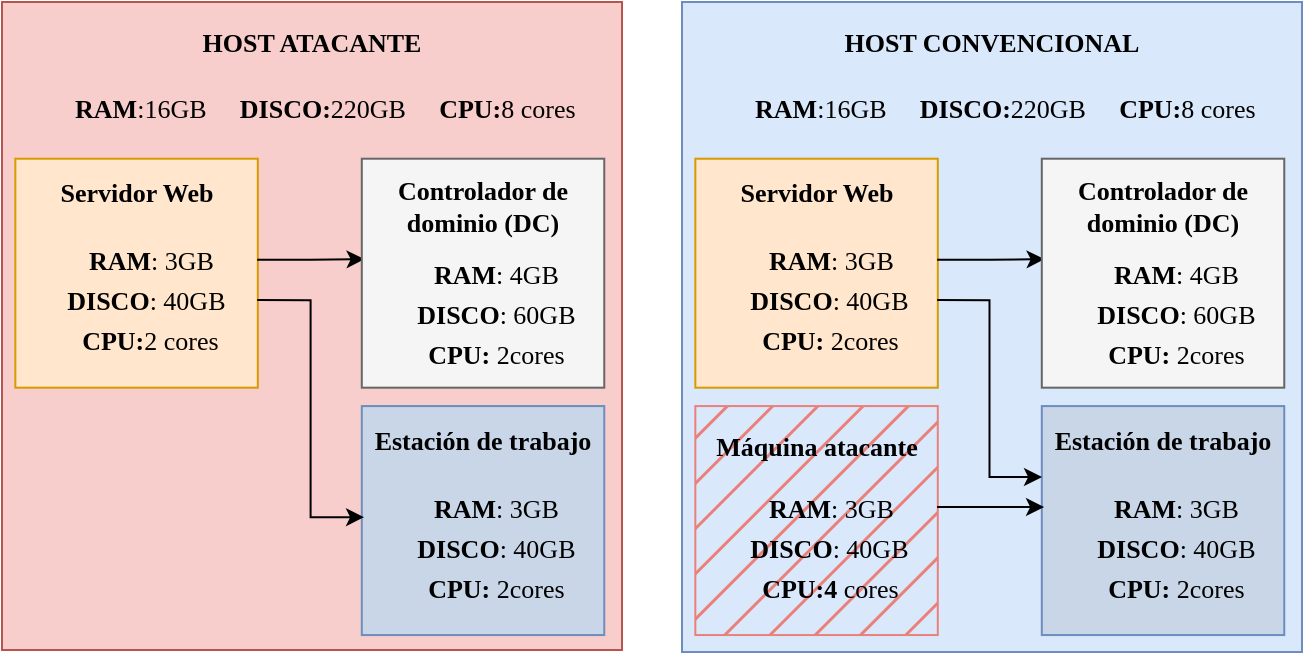
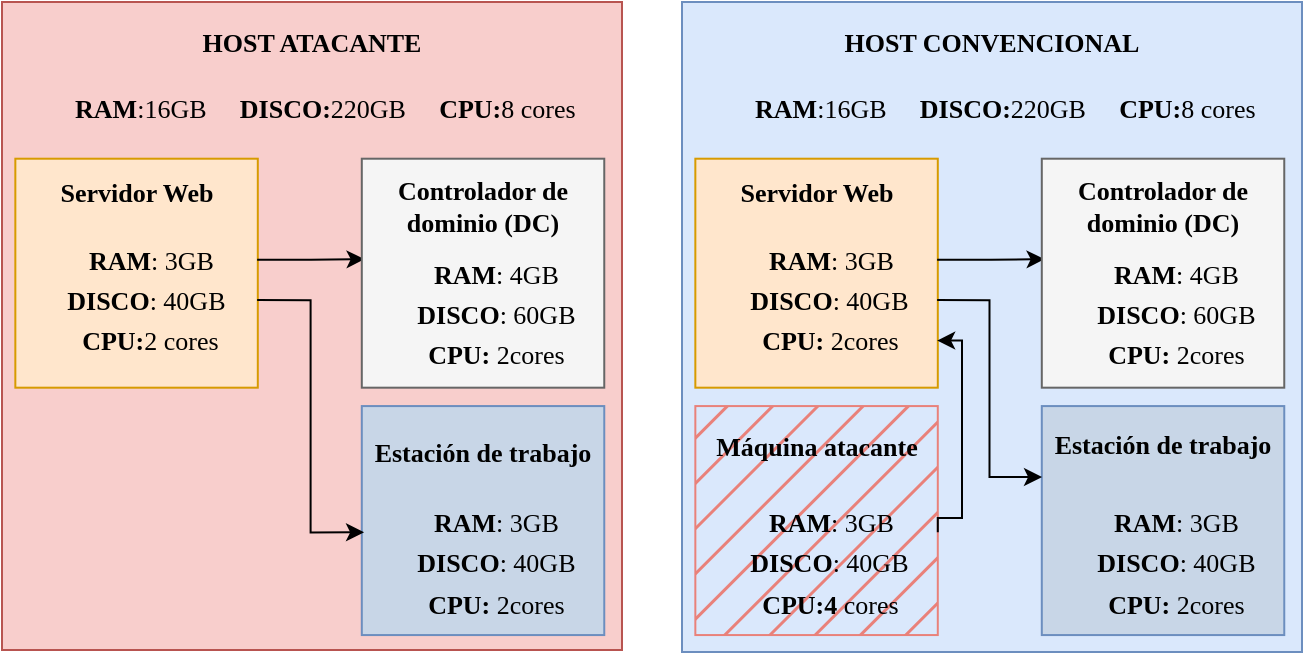
<mxfile host="Electron" agent="Mozilla/5.0 (Windows NT 10.0; Win64; x64) AppleWebKit/537.36 (KHTML, like Gecko) draw.io/29.3.0 Chrome/140.0.7339.249 Electron/38.7.2 Safari/537.36" version="29.3.0">
  <diagram name="Página-1" id="HltEjZsqsQtdWDRedgj1">
-     <mxGraphModel dx="831" dy="868" grid="1" gridSize="10" guides="1" tooltips="1" connect="1" arrows="1" fold="1" page="1" pageScale="1" pageWidth="827" pageHeight="1169" math="0" shadow="0">
+     <mxGraphModel dx="1208" dy="1269" grid="1" gridSize="10" guides="1" tooltips="1" connect="1" arrows="1" fold="1" page="1" pageScale="1" pageWidth="827" pageHeight="1169" math="0" shadow="0">
      <root>
        <mxCell id="0" />
        <mxCell id="1" parent="0" />
        <mxCell id="4BY2cvLneUNH0_UlRHt3-1" parent="1" style="rounded=0;whiteSpace=wrap;html=1;fillColor=#f8cecc;strokeColor=#b85450;fontFamily=Hack Nerd Font;fontSize=13;" value="" vertex="1">
          <mxGeometry height="324" width="310" x="20" y="20" as="geometry" />
        </mxCell>
        <mxCell id="4BY2cvLneUNH0_UlRHt3-2" parent="1" style="text;html=1;whiteSpace=wrap;strokeColor=none;fillColor=none;align=center;verticalAlign=middle;rounded=0;fontFamily=Hack Nerd Font;fontSize=13;" value="&lt;b&gt;&lt;font&gt;HOST ATACANTE&lt;/font&gt;&lt;/b&gt;" vertex="1">
          <mxGeometry height="33.67" width="310" x="20" y="22.69" as="geometry" />
        </mxCell>
        <mxCell id="4BY2cvLneUNH0_UlRHt3-6" parent="1" style="rounded=0;whiteSpace=wrap;html=1;fillColor=#C8D6E7;strokeColor=#6c8ebf;fontFamily=Hack Nerd Font;fontSize=13;" value="" vertex="1">
          <mxGeometry height="114.48979591836734" width="121.22780487804877" x="199.89987804878044" y="222.0408163265306" as="geometry" />
        </mxCell>
        <mxCell id="4BY2cvLneUNH0_UlRHt3-17" parent="1" style="text;html=1;whiteSpace=wrap;strokeColor=none;fillColor=none;align=center;verticalAlign=middle;rounded=0;fontSize=13;fontFamily=Hack Nerd Font;" value="&lt;b&gt;&amp;nbsp;&lt;/b&gt;&lt;b&gt;RAM&lt;/b&gt;: 3GB" vertex="1">
-           <mxGeometry height="20.2" width="118.97" x="201.03" y="262.45" as="geometry" />
+           <mxGeometry height="20.2" width="118.97" x="201.03" y="270" as="geometry" />
        </mxCell>
        <mxCell id="4BY2cvLneUNH0_UlRHt3-18" parent="1" style="text;html=1;whiteSpace=wrap;strokeColor=none;fillColor=none;align=center;verticalAlign=middle;rounded=0;fontSize=13;fontFamily=Hack Nerd Font;" value="&lt;b&gt;&amp;nbsp;&lt;/b&gt;&lt;b&gt;DISCO&lt;/b&gt;: 40GB" vertex="1">
-           <mxGeometry height="20.2" width="121.03" x="200" y="282.65" as="geometry" />
+           <mxGeometry height="20.2" width="121.03" x="200" y="290.2" as="geometry" />
        </mxCell>
        <mxCell id="4BY2cvLneUNH0_UlRHt3-19" parent="1" style="text;html=1;whiteSpace=wrap;strokeColor=none;fillColor=none;align=center;verticalAlign=middle;rounded=0;fontSize=13;fontFamily=Hack Nerd Font;" value="&lt;b&gt;&lt;font&gt;󰍛&amp;nbsp;&lt;/font&gt;&lt;/b&gt;&lt;b&gt;CPU:&lt;/b&gt;&amp;nbsp;2cores" vertex="1">
-           <mxGeometry height="20.2" width="118.97" x="201.03" y="302.86" as="geometry" />
+           <mxGeometry height="20.2" width="118.97" x="201.03" y="310.41" as="geometry" />
        </mxCell>
        <mxCell id="4BY2cvLneUNH0_UlRHt3-26" parent="1" style="text;html=1;whiteSpace=wrap;strokeColor=none;fillColor=none;align=center;verticalAlign=middle;rounded=0;fontFamily=Hack Nerd Font;fontSize=13;" value="&lt;font&gt;&lt;b&gt;Estación de trabajo&lt;/b&gt;&lt;/font&gt;" vertex="1">
-           <mxGeometry height="33.6734693877551" width="121.22780487804877" x="199.89987804878044" y="222.0408163265306" as="geometry" />
+           <mxGeometry height="37.96" width="121.23" x="199.9" y="226.04" as="geometry" />
        </mxCell>
        <mxCell id="4BY2cvLneUNH0_UlRHt3-33" parent="1" style="text;whiteSpace=wrap;html=1;align=center;fontSize=13;" value="&lt;b style=&quot;font-family: &amp;quot;Hack Nerd Font&amp;quot;;&quot;&gt; RAM&lt;/b&gt;&lt;span style=&quot;font-family: &amp;quot;Hack Nerd Font&amp;quot;;&quot;&gt;:16GB&lt;/span&gt;&lt;span&gt;&lt;span style=&quot;color: rgb(0, 0, 0); font-family: &amp;quot;Hack Nerd Font&amp;quot;; font-style: normal; font-variant-ligatures: normal; font-variant-caps: normal; font-weight: 400; letter-spacing: normal; orphans: 2; text-indent: 0px; text-transform: none; widows: 2; word-spacing: 0px; -webkit-text-stroke-width: 0px; white-space: normal; text-decoration-thickness: initial; text-decoration-style: initial; text-decoration-color: initial; float: none; display: inline !important;&quot;&gt;&amp;nbsp;&lt;/span&gt;&lt;b style=&quot;font-family: &amp;quot;Hack Nerd Font&amp;quot;;&quot;&gt;&amp;nbsp;&lt;/b&gt;&lt;b style=&quot;font-family: &amp;quot;Hack Nerd Font&amp;quot;;&quot;&gt;DISCO:&lt;/b&gt;&lt;span style=&quot;font-family: &amp;quot;Hack Nerd Font&amp;quot;;&quot;&gt;220GB&amp;nbsp;&lt;/span&gt;&lt;b style=&quot;font-family: &amp;quot;Hack Nerd Font&amp;quot;;&quot;&gt;&lt;font&gt;󰍛&amp;nbsp;&lt;/font&gt;&lt;/b&gt;&lt;b style=&quot;font-family: &amp;quot;Hack Nerd Font&amp;quot;;&quot;&gt;CPU:&lt;/b&gt;&lt;span style=&quot;font-family: &amp;quot;Hack Nerd Font&amp;quot;;&quot;&gt;8 cores&lt;/span&gt;&lt;/span&gt;" vertex="1">
          <mxGeometry height="26.94" width="310" x="20" y="58.67" as="geometry" />
        </mxCell>
        <mxCell id="DncXDaYH-NHJZItt79l5-1" connectable="0" parent="1" style="group" value="" vertex="1">
          <mxGeometry height="114.48979591836732" width="124.90012195121949" x="23" y="98.3516326530612" as="geometry" />
        </mxCell>
        <mxCell id="4BY2cvLneUNH0_UlRHt3-8" parent="DncXDaYH-NHJZItt79l5-1" style="rounded=0;whiteSpace=wrap;html=1;fillColor=#ffe6cc;strokeColor=#d79b00;fontFamily=Hack Nerd Font;fontSize=13;" value="" vertex="1">
          <mxGeometry height="114.48979591836734" width="121.22780487804877" x="3.6723170731707313" as="geometry" />
        </mxCell>
        <mxCell id="DncXDaYH-NHJZItt79l5-3" edge="1" parent="DncXDaYH-NHJZItt79l5-1" source="4BY2cvLneUNH0_UlRHt3-11" style="edgeStyle=orthogonalEdgeStyle;rounded=0;orthogonalLoop=1;jettySize=auto;html=1;">
          <mxGeometry relative="1" as="geometry">
            <mxPoint x="178.31578947368428" y="50.22731471535984" as="targetPoint" />
          </mxGeometry>
        </mxCell>
        <mxCell id="4BY2cvLneUNH0_UlRHt3-11" parent="DncXDaYH-NHJZItt79l5-1" style="text;html=1;whiteSpace=wrap;strokeColor=none;fillColor=none;align=center;verticalAlign=middle;rounded=0;fontSize=13;fontFamily=Hack Nerd Font;" value="&lt;b&gt; RAM&lt;/b&gt;: 3GB" vertex="1">
          <mxGeometry height="20.2" width="120" x="4.57" y="40.40836734693879" as="geometry" />
        </mxCell>
        <mxCell id="4BY2cvLneUNH0_UlRHt3-12" parent="DncXDaYH-NHJZItt79l5-1" style="text;html=1;whiteSpace=wrap;strokeColor=none;fillColor=none;align=center;verticalAlign=middle;rounded=0;fontSize=13;fontFamily=Hack Nerd Font;" value="&lt;b&gt; DISCO&lt;/b&gt;: 40GB" vertex="1">
          <mxGeometry height="20.2" width="124.57" y="60.60836734693879" as="geometry" />
        </mxCell>
        <mxCell id="4BY2cvLneUNH0_UlRHt3-13" parent="DncXDaYH-NHJZItt79l5-1" style="text;html=1;whiteSpace=wrap;strokeColor=none;fillColor=none;align=center;verticalAlign=middle;rounded=0;fontSize=13;fontFamily=Hack Nerd Font;" value="&lt;b&gt;&lt;font&gt;󰍛&amp;nbsp;&lt;/font&gt;CPU:&lt;/b&gt;2 cores" vertex="1">
          <mxGeometry height="20.2" width="121" x="3.5700000000000003" y="80.8183673469388" as="geometry" />
        </mxCell>
        <mxCell id="4BY2cvLneUNH0_UlRHt3-23" parent="DncXDaYH-NHJZItt79l5-1" style="text;html=1;whiteSpace=wrap;strokeColor=none;fillColor=none;align=center;verticalAlign=middle;rounded=0;fontFamily=Hack Nerd Font;fontSize=13;" value="&lt;font&gt;&lt;b&gt;Servidor Web&lt;/b&gt;&lt;/font&gt;" vertex="1">
          <mxGeometry height="33.6734693877551" width="121.22780487804877" x="3.6723170731707313" as="geometry" />
        </mxCell>
        <mxCell id="DncXDaYH-NHJZItt79l5-2" connectable="0" parent="1" style="group" value="" vertex="1">
          <mxGeometry height="114.48979591836732" width="121.22780487804877" x="199.89987804878044" y="98.3516326530612" as="geometry" />
        </mxCell>
        <mxCell id="4BY2cvLneUNH0_UlRHt3-9" parent="DncXDaYH-NHJZItt79l5-2" style="rounded=0;whiteSpace=wrap;html=1;fillColor=#f5f5f5;fontColor=#333333;strokeColor=#666666;fontFamily=Hack Nerd Font;fontSize=13;" value="" vertex="1">
          <mxGeometry height="114.48979591836734" width="121.22780487804877" as="geometry" />
        </mxCell>
        <mxCell id="4BY2cvLneUNH0_UlRHt3-14" parent="DncXDaYH-NHJZItt79l5-2" style="text;html=1;whiteSpace=wrap;strokeColor=none;fillColor=none;align=center;verticalAlign=middle;rounded=0;fontSize=13;fontFamily=Hack Nerd Font;" value="&lt;b&gt;&amp;nbsp;&lt;/b&gt;&lt;b&gt;RAM&lt;/b&gt;: 4GB" vertex="1">
          <mxGeometry height="20.2" width="118.97" x="1.1301219512195644" y="47.13836734693879" as="geometry" />
        </mxCell>
        <mxCell id="4BY2cvLneUNH0_UlRHt3-15" parent="DncXDaYH-NHJZItt79l5-2" style="text;html=1;whiteSpace=wrap;strokeColor=none;fillColor=none;align=center;verticalAlign=middle;rounded=0;fontSize=13;fontFamily=Hack Nerd Font;" value="&lt;b&gt;&amp;nbsp;&lt;/b&gt;&lt;b&gt;DISCO&lt;/b&gt;: 60GB" vertex="1">
          <mxGeometry height="20.2" width="121.03" x="0.10012195121956324" y="67.33836734693878" as="geometry" />
        </mxCell>
        <mxCell id="4BY2cvLneUNH0_UlRHt3-16" parent="DncXDaYH-NHJZItt79l5-2" style="text;html=1;whiteSpace=wrap;strokeColor=none;fillColor=none;align=center;verticalAlign=middle;rounded=0;fontSize=13;fontFamily=Hack Nerd Font;" value="&lt;b&gt;&lt;font&gt;󰍛&amp;nbsp;&lt;/font&gt;&lt;/b&gt;&lt;b&gt;CPU:&lt;/b&gt;&amp;nbsp;2cores" vertex="1">
          <mxGeometry height="20.2" width="118.97" x="1.1301219512195644" y="87.54836734693879" as="geometry" />
        </mxCell>
        <mxCell id="4BY2cvLneUNH0_UlRHt3-24" parent="DncXDaYH-NHJZItt79l5-2" style="text;html=1;whiteSpace=wrap;strokeColor=none;fillColor=none;align=center;verticalAlign=middle;rounded=0;fontFamily=Hack Nerd Font;fontSize=13;" value="&lt;font&gt;&lt;b&gt;Controlador de dominio&amp;nbsp;&lt;/b&gt;&lt;/font&gt;&lt;b style=&quot;background-color: transparent; color: light-dark(rgb(0, 0, 0), rgb(255, 255, 255));&quot;&gt;(DC)&lt;/b&gt;" vertex="1">
          <mxGeometry height="33.6734693877551" width="121.22780487804877" y="6.730000000000004" as="geometry" />
        </mxCell>
        <mxCell id="DncXDaYH-NHJZItt79l5-4" edge="1" parent="1" source="4BY2cvLneUNH0_UlRHt3-12" style="edgeStyle=orthogonalEdgeStyle;rounded=0;orthogonalLoop=1;jettySize=auto;html=1;exitX=1;exitY=0.5;exitDx=0;exitDy=0;entryX=0;entryY=0.75;entryDx=0;entryDy=0;" target="4BY2cvLneUNH0_UlRHt3-17">
          <mxGeometry relative="1" as="geometry" />
        </mxCell>
        <mxCell id="DncXDaYH-NHJZItt79l5-12" parent="1" style="rounded=0;whiteSpace=wrap;html=1;fillColor=#dae8fc;strokeColor=#6c8ebf;fontFamily=Hack Nerd Font;fontSize=13;" value="" vertex="1">
          <mxGeometry height="325" width="310" x="360" y="20" as="geometry" />
        </mxCell>
        <mxCell id="DncXDaYH-NHJZItt79l5-13" parent="1" style="text;html=1;whiteSpace=wrap;strokeColor=none;fillColor=none;align=center;verticalAlign=middle;rounded=0;fontFamily=Hack Nerd Font;fontSize=13;" value="&lt;b&gt;&lt;font&gt;HOST CONVENCIONAL&lt;/font&gt;&lt;/b&gt;" vertex="1">
          <mxGeometry height="33.67" width="310" x="360" y="22.69" as="geometry" />
        </mxCell>
        <mxCell id="DncXDaYH-NHJZItt79l5-14" parent="1" style="rounded=0;whiteSpace=wrap;html=1;fillColor=#C8D6E7;strokeColor=#6c8ebf;fontFamily=Hack Nerd Font;fontSize=13;" value="" vertex="1">
          <mxGeometry height="114.48979591836734" width="121.22780487804877" x="539.8998780487805" y="222.0408163265306" as="geometry" />
        </mxCell>
        <mxCell id="DncXDaYH-NHJZItt79l5-15" parent="1" style="text;html=1;whiteSpace=wrap;strokeColor=none;fillColor=none;align=center;verticalAlign=middle;rounded=0;fontSize=13;fontFamily=Hack Nerd Font;" value="&lt;b&gt;&amp;nbsp;&lt;/b&gt;&lt;b&gt;RAM&lt;/b&gt;: 3GB" vertex="1">
-           <mxGeometry height="20.2" width="118.97" x="541.03" y="262.45000000000005" as="geometry" />
+           <mxGeometry height="20.2" width="118.97" x="541.03" y="270.00000000000006" as="geometry" />
        </mxCell>
        <mxCell id="DncXDaYH-NHJZItt79l5-16" parent="1" style="text;html=1;whiteSpace=wrap;strokeColor=none;fillColor=none;align=center;verticalAlign=middle;rounded=0;fontSize=13;fontFamily=Hack Nerd Font;" value="&lt;b&gt;&amp;nbsp;&lt;/b&gt;&lt;b&gt;DISCO&lt;/b&gt;: 40GB" vertex="1">
-           <mxGeometry height="20.2" width="121.03" x="540" y="282.65" as="geometry" />
+           <mxGeometry height="20.2" width="121.03" x="540" y="290.2" as="geometry" />
        </mxCell>
        <mxCell id="DncXDaYH-NHJZItt79l5-17" parent="1" style="text;html=1;whiteSpace=wrap;strokeColor=none;fillColor=none;align=center;verticalAlign=middle;rounded=0;fontSize=13;fontFamily=Hack Nerd Font;" value="&lt;b&gt;&lt;font&gt;󰍛&amp;nbsp;&lt;/font&gt;&lt;/b&gt;&lt;b&gt;CPU:&lt;/b&gt;&amp;nbsp;2cores" vertex="1">
-           <mxGeometry height="20.2" width="118.97" x="541.03" y="302.86" as="geometry" />
+           <mxGeometry height="20.2" width="118.97" x="541.03" y="310.41" as="geometry" />
        </mxCell>
        <mxCell id="DncXDaYH-NHJZItt79l5-18" parent="1" style="text;html=1;whiteSpace=wrap;strokeColor=none;fillColor=none;align=center;verticalAlign=middle;rounded=0;fontFamily=Hack Nerd Font;fontSize=13;" value="&lt;font&gt;&lt;b&gt;Estación de trabajo&lt;/b&gt;&lt;/font&gt;" vertex="1">
-           <mxGeometry height="33.6734693877551" width="121.22780487804877" x="539.8998780487805" y="222.0408163265306" as="geometry" />
+           <mxGeometry height="37.96" width="121.23" x="539.9" y="222.04" as="geometry" />
        </mxCell>
        <mxCell id="DncXDaYH-NHJZItt79l5-19" parent="1" style="text;whiteSpace=wrap;html=1;align=center;fontSize=13;" value="&lt;b style=&quot;font-family: &amp;quot;Hack Nerd Font&amp;quot;;&quot;&gt; RAM&lt;/b&gt;&lt;span style=&quot;font-family: &amp;quot;Hack Nerd Font&amp;quot;;&quot;&gt;:16GB&lt;/span&gt;&lt;span&gt;&lt;span style=&quot;color: rgb(0, 0, 0); font-family: &amp;quot;Hack Nerd Font&amp;quot;; font-style: normal; font-variant-ligatures: normal; font-variant-caps: normal; font-weight: 400; letter-spacing: normal; orphans: 2; text-indent: 0px; text-transform: none; widows: 2; word-spacing: 0px; -webkit-text-stroke-width: 0px; white-space: normal; text-decoration-thickness: initial; text-decoration-style: initial; text-decoration-color: initial; float: none; display: inline !important;&quot;&gt;&amp;nbsp;&lt;/span&gt;&lt;b style=&quot;font-family: &amp;quot;Hack Nerd Font&amp;quot;;&quot;&gt;&amp;nbsp;&lt;/b&gt;&lt;b style=&quot;font-family: &amp;quot;Hack Nerd Font&amp;quot;;&quot;&gt;DISCO:&lt;/b&gt;&lt;span style=&quot;font-family: &amp;quot;Hack Nerd Font&amp;quot;;&quot;&gt;220GB&amp;nbsp;&lt;/span&gt;&lt;b style=&quot;font-family: &amp;quot;Hack Nerd Font&amp;quot;;&quot;&gt;&lt;font&gt;󰍛&amp;nbsp;&lt;/font&gt;&lt;/b&gt;&lt;b style=&quot;font-family: &amp;quot;Hack Nerd Font&amp;quot;;&quot;&gt;CPU:&lt;/b&gt;&lt;span style=&quot;font-family: &amp;quot;Hack Nerd Font&amp;quot;;&quot;&gt;8 cores&lt;/span&gt;&lt;/span&gt;" vertex="1">
          <mxGeometry height="26.94" width="310" x="360" y="58.670000000000016" as="geometry" />
        </mxCell>
        <mxCell id="DncXDaYH-NHJZItt79l5-20" connectable="0" parent="1" style="group" value="" vertex="1">
          <mxGeometry height="114.48979591836732" width="124.90012195121949" x="363" y="98.35163265306119" as="geometry" />
        </mxCell>
        <mxCell id="DncXDaYH-NHJZItt79l5-21" parent="DncXDaYH-NHJZItt79l5-20" style="rounded=0;whiteSpace=wrap;html=1;fillColor=#ffe6cc;strokeColor=#d79b00;fontFamily=Hack Nerd Font;fontSize=13;" value="" vertex="1">
          <mxGeometry height="114.48979591836734" width="121.22780487804877" x="3.6723170731707313" as="geometry" />
        </mxCell>
        <mxCell id="DncXDaYH-NHJZItt79l5-22" edge="1" parent="DncXDaYH-NHJZItt79l5-20" source="DncXDaYH-NHJZItt79l5-23" style="edgeStyle=orthogonalEdgeStyle;rounded=0;orthogonalLoop=1;jettySize=auto;html=1;">
          <mxGeometry relative="1" as="geometry">
            <mxPoint x="178.31578947368428" y="50.22731471535984" as="targetPoint" />
          </mxGeometry>
        </mxCell>
        <mxCell id="DncXDaYH-NHJZItt79l5-23" parent="DncXDaYH-NHJZItt79l5-20" style="text;html=1;whiteSpace=wrap;strokeColor=none;fillColor=none;align=center;verticalAlign=middle;rounded=0;fontSize=13;fontFamily=Hack Nerd Font;" value="&lt;b&gt; RAM&lt;/b&gt;: 3GB" vertex="1">
          <mxGeometry height="20.2" width="120" x="4.57" y="40.40836734693879" as="geometry" />
        </mxCell>
        <mxCell id="DncXDaYH-NHJZItt79l5-24" parent="DncXDaYH-NHJZItt79l5-20" style="text;html=1;whiteSpace=wrap;strokeColor=none;fillColor=none;align=center;verticalAlign=middle;rounded=0;fontSize=13;fontFamily=Hack Nerd Font;" value="&lt;b&gt; DISCO&lt;/b&gt;: 40GB" vertex="1">
          <mxGeometry height="20.2" width="121.57" x="3" y="60.61" as="geometry" />
        </mxCell>
        <mxCell id="DncXDaYH-NHJZItt79l5-25" parent="DncXDaYH-NHJZItt79l5-20" style="text;html=1;whiteSpace=wrap;strokeColor=none;fillColor=none;align=center;verticalAlign=middle;rounded=0;fontSize=13;fontFamily=Hack Nerd Font;" value="&lt;b&gt;&lt;font&gt;󰍛&amp;nbsp;&lt;/font&gt;CPU:&amp;nbsp;&lt;/b&gt;2cores" vertex="1">
          <mxGeometry height="20.2" width="121" x="3.5700000000000003" y="80.8183673469388" as="geometry" />
        </mxCell>
        <mxCell id="DncXDaYH-NHJZItt79l5-26" parent="DncXDaYH-NHJZItt79l5-20" style="text;html=1;whiteSpace=wrap;strokeColor=none;fillColor=none;align=center;verticalAlign=middle;rounded=0;fontFamily=Hack Nerd Font;fontSize=13;" value="&lt;font&gt;&lt;b&gt;Servidor Web&lt;/b&gt;&lt;/font&gt;" vertex="1">
          <mxGeometry height="33.6734693877551" width="121.22780487804877" x="3.6723170731707313" as="geometry" />
        </mxCell>
        <mxCell id="DncXDaYH-NHJZItt79l5-27" connectable="0" parent="1" style="group" value="" vertex="1">
          <mxGeometry height="114.48979591836732" width="121.22780487804877" x="539.8998780487805" y="98.35163265306119" as="geometry" />
        </mxCell>
        <mxCell id="DncXDaYH-NHJZItt79l5-28" parent="DncXDaYH-NHJZItt79l5-27" style="rounded=0;whiteSpace=wrap;html=1;fillColor=#f5f5f5;fontColor=#333333;strokeColor=#666666;fontFamily=Hack Nerd Font;fontSize=13;" value="" vertex="1">
          <mxGeometry height="114.48979591836734" width="121.22780487804877" as="geometry" />
        </mxCell>
        <mxCell id="DncXDaYH-NHJZItt79l5-29" parent="DncXDaYH-NHJZItt79l5-27" style="text;html=1;whiteSpace=wrap;strokeColor=none;fillColor=none;align=center;verticalAlign=middle;rounded=0;fontSize=13;fontFamily=Hack Nerd Font;" value="&lt;b&gt;&amp;nbsp;&lt;/b&gt;&lt;b&gt;RAM&lt;/b&gt;: 4GB" vertex="1">
          <mxGeometry height="20.2" width="118.97" x="1.1301219512195644" y="47.13836734693879" as="geometry" />
        </mxCell>
        <mxCell id="DncXDaYH-NHJZItt79l5-30" parent="DncXDaYH-NHJZItt79l5-27" style="text;html=1;whiteSpace=wrap;strokeColor=none;fillColor=none;align=center;verticalAlign=middle;rounded=0;fontSize=13;fontFamily=Hack Nerd Font;" value="&lt;b&gt;&amp;nbsp;&lt;/b&gt;&lt;b&gt;DISCO&lt;/b&gt;: 60GB" vertex="1">
          <mxGeometry height="20.2" width="121.03" x="0.10012195121956324" y="67.33836734693878" as="geometry" />
        </mxCell>
        <mxCell id="DncXDaYH-NHJZItt79l5-31" parent="DncXDaYH-NHJZItt79l5-27" style="text;html=1;whiteSpace=wrap;strokeColor=none;fillColor=none;align=center;verticalAlign=middle;rounded=0;fontSize=13;fontFamily=Hack Nerd Font;" value="&lt;b&gt;&lt;font&gt;󰍛&amp;nbsp;&lt;/font&gt;&lt;/b&gt;&lt;b&gt;CPU:&lt;/b&gt;&amp;nbsp;2cores" vertex="1">
          <mxGeometry height="20.2" width="118.97" x="1.1301219512195644" y="87.54836734693879" as="geometry" />
        </mxCell>
        <mxCell id="DncXDaYH-NHJZItt79l5-32" parent="DncXDaYH-NHJZItt79l5-27" style="text;html=1;whiteSpace=wrap;strokeColor=none;fillColor=none;align=center;verticalAlign=middle;rounded=0;fontFamily=Hack Nerd Font;fontSize=13;" value="&lt;font&gt;&lt;b&gt;Controlador de dominio&amp;nbsp;&lt;/b&gt;&lt;/font&gt;&lt;b style=&quot;background-color: transparent; color: light-dark(rgb(0, 0, 0), rgb(255, 255, 255));&quot;&gt;(DC)&lt;/b&gt;" vertex="1">
          <mxGeometry height="33.6734693877551" width="121.22780487804877" y="6.730000000000004" as="geometry" />
        </mxCell>
        <mxCell id="DncXDaYH-NHJZItt79l5-33" edge="1" parent="1" source="DncXDaYH-NHJZItt79l5-24" style="edgeStyle=orthogonalEdgeStyle;rounded=0;orthogonalLoop=1;jettySize=auto;html=1;exitX=1;exitY=0.5;exitDx=0;exitDy=0;entryX=0.001;entryY=0.31;entryDx=0;entryDy=0;entryPerimeter=0;" target="DncXDaYH-NHJZItt79l5-14">
          <mxGeometry relative="1" as="geometry" />
        </mxCell>
        <mxCell id="DncXDaYH-NHJZItt79l5-34" parent="1" style="rounded=0;whiteSpace=wrap;html=1;fillColor=#E9817A;strokeColor=#E9817A;fontFamily=Hack Nerd Font;fontSize=13;fillStyle=hatch;" value="" vertex="1">
          <mxGeometry height="114.48979591836734" width="121.22780487804877" x="366.67231707317075" y="222.03999999999996" as="geometry" />
        </mxCell>
-         <mxCell id="DncXDaYH-NHJZItt79l5-35" edge="1" parent="1" source="DncXDaYH-NHJZItt79l5-36" style="edgeStyle=orthogonalEdgeStyle;rounded=0;orthogonalLoop=1;jettySize=auto;html=1;entryX=0;entryY=0.5;entryDx=0;entryDy=0;" target="DncXDaYH-NHJZItt79l5-15">
+         <mxCell id="DncXDaYH-NHJZItt79l5-35" edge="1" parent="1" source="DncXDaYH-NHJZItt79l5-36" style="edgeStyle=orthogonalEdgeStyle;rounded=0;orthogonalLoop=1;jettySize=auto;html=1;entryX=1;entryY=0.5;entryDx=0;entryDy=0;exitX=1;exitY=0.75;exitDx=0;exitDy=0;" target="DncXDaYH-NHJZItt79l5-25">
          <mxGeometry relative="1" as="geometry">
+             <Array as="points">
+               <mxPoint x="500" y="278" />
+               <mxPoint x="500" y="189" />
+             </Array>
            <mxPoint x="548.3157894736843" y="270.22731471535985" as="targetPoint" />
          </mxGeometry>
        </mxCell>
        <mxCell id="DncXDaYH-NHJZItt79l5-36" parent="1" style="text;html=1;whiteSpace=wrap;strokeColor=none;fillColor=none;align=center;verticalAlign=middle;rounded=0;fontSize=13;fontFamily=Hack Nerd Font;" value="&lt;b&gt; RAM&lt;/b&gt;: 3GB" vertex="1">
-           <mxGeometry height="20.2" width="120" x="367.57" y="262.44836734693877" as="geometry" />
+           <mxGeometry height="20.2" width="120" x="367.9" y="269.9983673469388" as="geometry" />
        </mxCell>
        <mxCell id="DncXDaYH-NHJZItt79l5-37" parent="1" style="text;html=1;whiteSpace=wrap;strokeColor=none;fillColor=none;align=center;verticalAlign=middle;rounded=0;fontSize=13;fontFamily=Hack Nerd Font;" value="&lt;b&gt; DISCO&lt;/b&gt;: 40GB" vertex="1">
-           <mxGeometry height="20.2" width="121.57" x="366" y="282.6500000000001" as="geometry" />
+           <mxGeometry height="20.2" width="121.57" x="366.33" y="290.2000000000001" as="geometry" />
        </mxCell>
        <mxCell id="DncXDaYH-NHJZItt79l5-38" parent="1" style="text;html=1;whiteSpace=wrap;strokeColor=none;fillColor=none;align=center;verticalAlign=middle;rounded=0;fontSize=13;fontFamily=Hack Nerd Font;" value="&lt;b&gt;&lt;font&gt;󰍛&amp;nbsp;&lt;/font&gt;CPU:4&lt;/b&gt;&amp;nbsp;cores" vertex="1">
-           <mxGeometry height="20.2" width="121" x="366.57" y="302.85836734693885" as="geometry" />
+           <mxGeometry height="20.2" width="121" x="366.9" y="310.40836734693886" as="geometry" />
        </mxCell>
        <mxCell id="DncXDaYH-NHJZItt79l5-39" parent="1" style="text;html=1;whiteSpace=wrap;strokeColor=none;fillColor=none;align=center;verticalAlign=middle;rounded=0;fontFamily=Hack Nerd Font;fontSize=13;" value="&lt;font&gt;&lt;b&gt;Máquina atacante&lt;/b&gt;&lt;/font&gt;" vertex="1">
          <mxGeometry height="33.6734693877551" width="121.22780487804877" x="366.67231707317075" y="225.03999999999996" as="geometry" />
        </mxCell>
      </root>
    </mxGraphModel>
  </diagram>
</mxfile>
